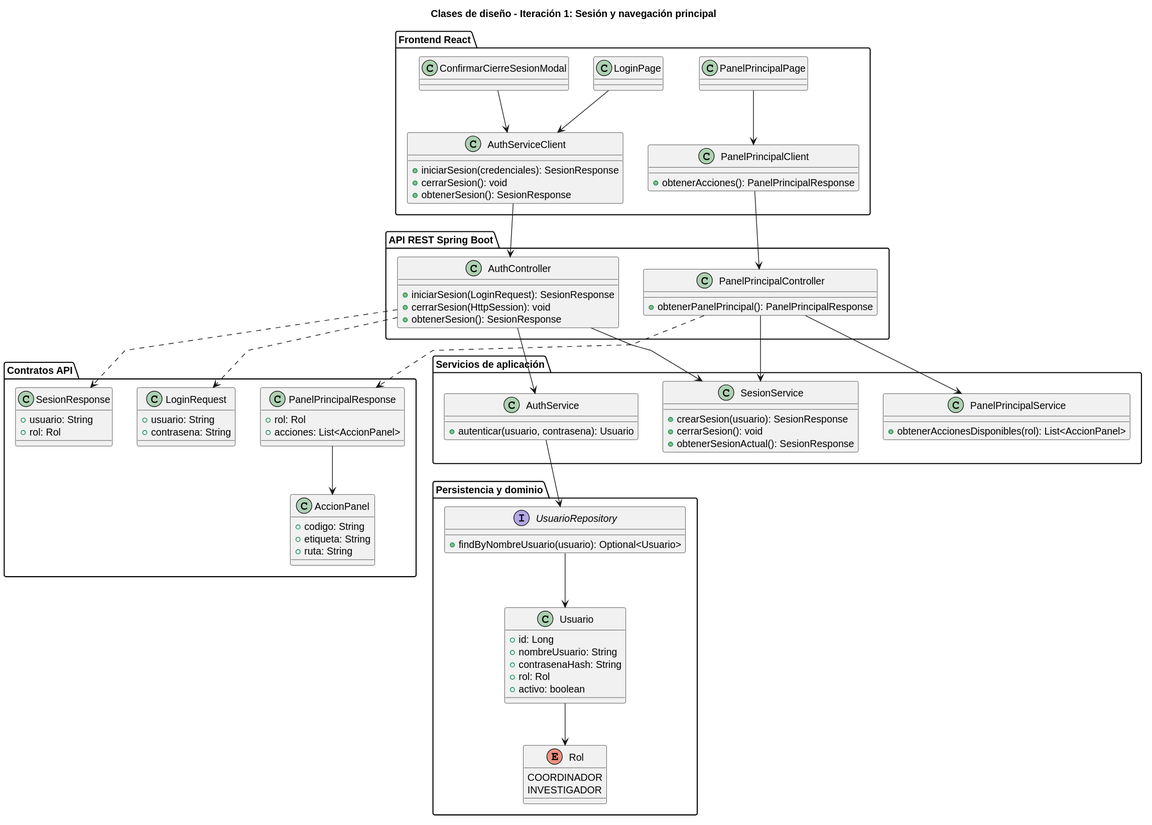
Earlier version of the PlantUML export images/RUP/02-diseño/clases-diseño.svg (beatriizorozco/25-26-idsw2-sdVC). Source of this version:
```plantuml
@startuml
skinparam linetype polyline

title Clases de diseño - Iteración 1: Sesión y navegación principal

package "Frontend React" {
    class LoginPage
    class PanelPrincipalPage
    class ConfirmarCierreSesionModal
    class AuthServiceClient {
        +iniciarSesion(credenciales): SesionResponse
        +cerrarSesion(): void
        +obtenerSesion(): SesionResponse
    }
    class PanelPrincipalClient {
        +obtenerAcciones(): PanelPrincipalResponse
    }
}

package "API REST Spring Boot" {
    class AuthController {
        +iniciarSesion(LoginRequest): SesionResponse
        +cerrarSesion(HttpSession): void
        +obtenerSesion(): SesionResponse
    }
    class PanelPrincipalController {
        +obtenerPanelPrincipal(): PanelPrincipalResponse
    }
}

package "Servicios de aplicación" {
    class AuthService {
        +autenticar(usuario, contrasena): Usuario
    }
    class SesionService {
        +crearSesion(usuario): SesionResponse
        +cerrarSesion(): void
        +obtenerSesionActual(): SesionResponse
    }
    class PanelPrincipalService {
        +obtenerAccionesDisponibles(rol): List<AccionPanel>
    }
}

package "Persistencia y dominio" {
    interface UsuarioRepository {
        +findByNombreUsuario(usuario): Optional<Usuario>
    }
    class Usuario {
        +id: Long
        +nombreUsuario: String
        +contrasenaHash: String
        +rol: Rol
        +activo: boolean
    }
    enum Rol {
        COORDINADOR
        INVESTIGADOR
    }
}

package "Contratos API" {
    class LoginRequest {
        +usuario: String
        +contrasena: String
    }
    class SesionResponse {
        +usuario: String
        +rol: Rol
    }
    class PanelPrincipalResponse {
        +rol: Rol
        +acciones: List<AccionPanel>
    }
    class AccionPanel {
        +codigo: String
        +etiqueta: String
        +ruta: String
    }
}

LoginPage --> AuthServiceClient
PanelPrincipalPage --> PanelPrincipalClient
ConfirmarCierreSesionModal --> AuthServiceClient
AuthServiceClient --> AuthController
PanelPrincipalClient --> PanelPrincipalController
AuthController --> AuthService
AuthController --> SesionService
PanelPrincipalController --> SesionService
PanelPrincipalController --> PanelPrincipalService
AuthService --> UsuarioRepository
UsuarioRepository --> Usuario
Usuario --> Rol
AuthController ..> LoginRequest
AuthController ..> SesionResponse
PanelPrincipalController ..> PanelPrincipalResponse
PanelPrincipalResponse --> AccionPanel
@enduml
```
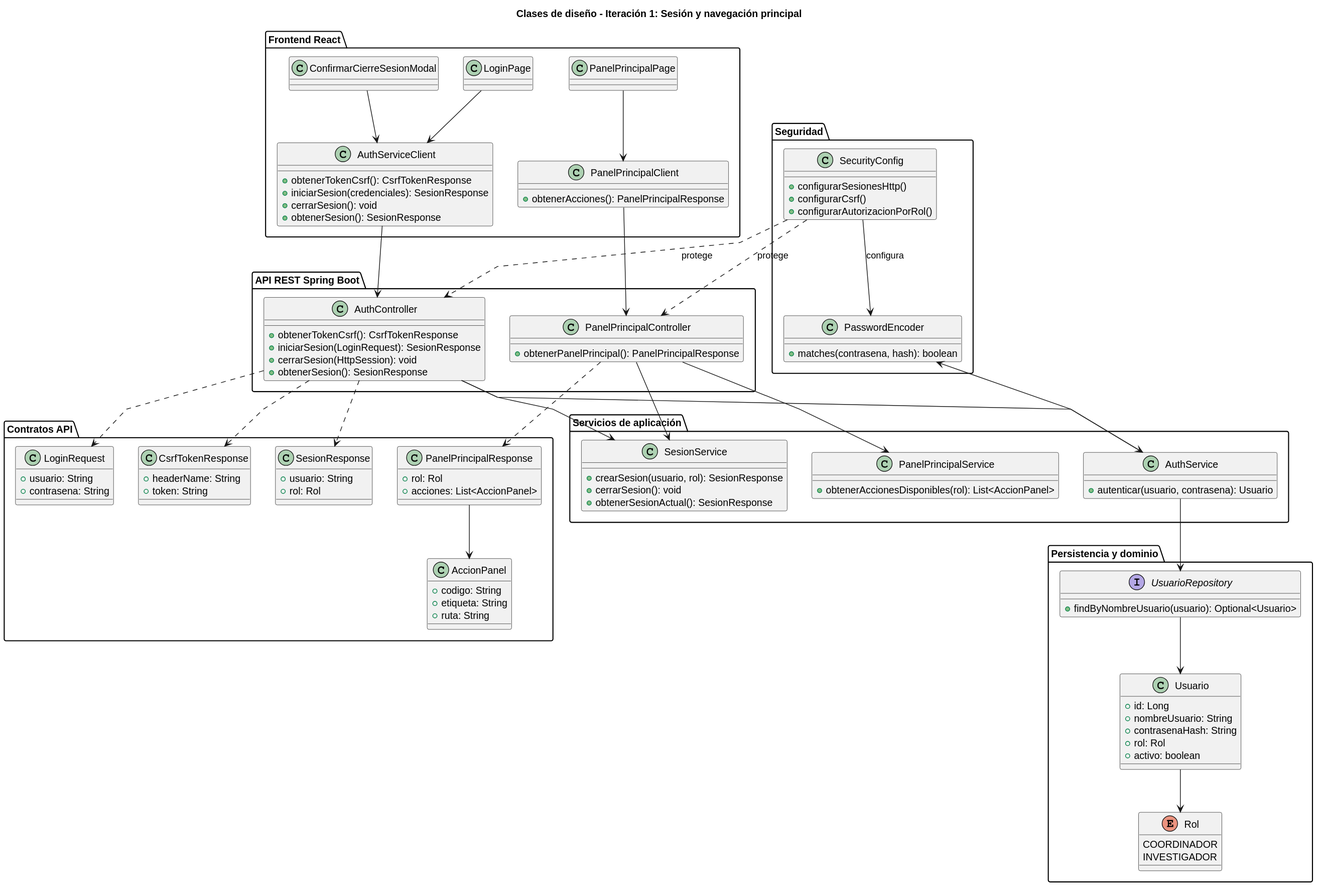
After the change.

Change to the diagram source:
```diff
@@ -8,6 +8,7 @@
     class PanelPrincipalPage
     class ConfirmarCierreSesionModal
     class AuthServiceClient {
+        +obtenerTokenCsrf(): CsrfTokenResponse
         +iniciarSesion(credenciales): SesionResponse
         +cerrarSesion(): void
         +obtenerSesion(): SesionResponse
@@ -19,6 +20,7 @@
 
 package "API REST Spring Boot" {
     class AuthController {
+        +obtenerTokenCsrf(): CsrfTokenResponse
         +iniciarSesion(LoginRequest): SesionResponse
         +cerrarSesion(HttpSession): void
         +obtenerSesion(): SesionResponse
@@ -33,12 +35,23 @@
         +autenticar(usuario, contrasena): Usuario
     }
     class SesionService {
-        +crearSesion(usuario): SesionResponse
+        +crearSesion(usuario, rol): SesionResponse
         +cerrarSesion(): void
         +obtenerSesionActual(): SesionResponse
     }
     class PanelPrincipalService {
         +obtenerAccionesDisponibles(rol): List<AccionPanel>
+    }
+}
+
+package "Seguridad" {
+    class SecurityConfig {
+        +configurarSesionesHttp()
+        +configurarCsrf()
+        +configurarAutorizacionPorRol()
+    }
+    class PasswordEncoder {
+        +matches(contrasena, hash): boolean
     }
 }
 
@@ -63,6 +76,10 @@
     class LoginRequest {
         +usuario: String
         +contrasena: String
+    }
+    class CsrfTokenResponse {
+        +headerName: String
+        +token: String
     }
     class SesionResponse {
         +usuario: String
@@ -89,9 +106,14 @@
 PanelPrincipalController --> SesionService
 PanelPrincipalController --> PanelPrincipalService
 AuthService --> UsuarioRepository
+AuthService --> PasswordEncoder
+SecurityConfig ..> AuthController : protege
+SecurityConfig ..> PanelPrincipalController : protege
+SecurityConfig --> PasswordEncoder : configura
 UsuarioRepository --> Usuario
 Usuario --> Rol
 AuthController ..> LoginRequest
+AuthController ..> CsrfTokenResponse
 AuthController ..> SesionResponse
 PanelPrincipalController ..> PanelPrincipalResponse
 PanelPrincipalResponse --> AccionPanel
```
